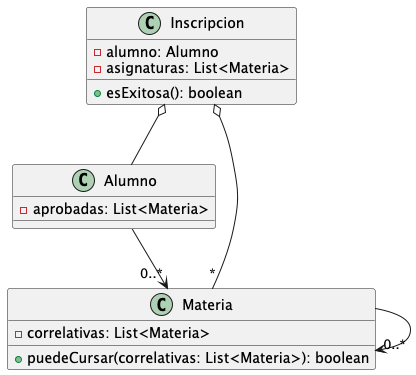
Above: diagrama-de-clases.png in nahuelterrazas/dds-utn-tpi-correlatividades (PlantUML), before the change.
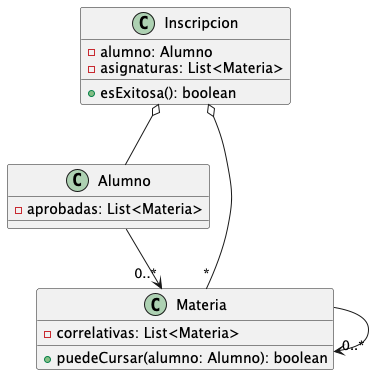
After the change.

What changed in the source:
```diff
@@ -13,7 +13,7 @@
 
 class Materia {
 - correlativas: List<Materia>
-+ puedeCursar(correlativas: List<Materia>): boolean
++ puedeCursar(alumno: Alumno): boolean
 }
 
 class Alumno {
```
